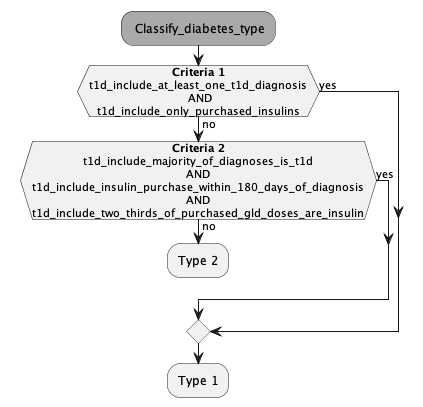
Earlier version of the PlantUML export vignettes/images/classify-diabetes-type-functions.png (steno-aarhus/osdc).
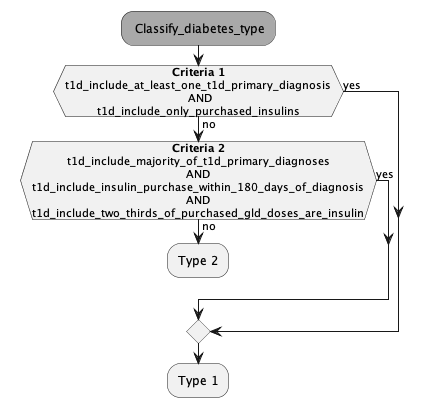
Later version of the same file.

Commit message:
fix: specify that we use the primary diagnosis for classification

based on @Aastedet 's feedback

Diff of the diagram source:
```diff
@@ -4,8 +4,8 @@
 
 #darkgrey: Classify_diabetes_type;
 !pragma useVerticalIf on
-if (**Criteria 1**\nt1d_include_at_least_one_t1d_diagnosis\n AND\nt1d_include_only_purchased_insulins) then (no)
-  if (**Criteria 2**\nt1d_include_majority_of_diagnoses_is_t1d\nAND\nt1d_include_insulin_purchase_within_180_days_of_diagnosis\nAND\nt1d_include_two_thirds_of_purchased_gld_doses_are_insulin) then (no)
+if (**Criteria 1**\nt1d_include_at_least_one_t1d_primary_diagnosis\n AND\nt1d_include_only_purchased_insulins) then (no)
+  if (**Criteria 2**\nt1d_include_majority_of_t1d_primary_diagnoses\nAND\nt1d_include_insulin_purchase_within_180_days_of_diagnosis\nAND\nt1d_include_two_thirds_of_purchased_gld_doses_are_insulin) then (no)
     :Type 2;
     detach
   else (\nyes)
```
